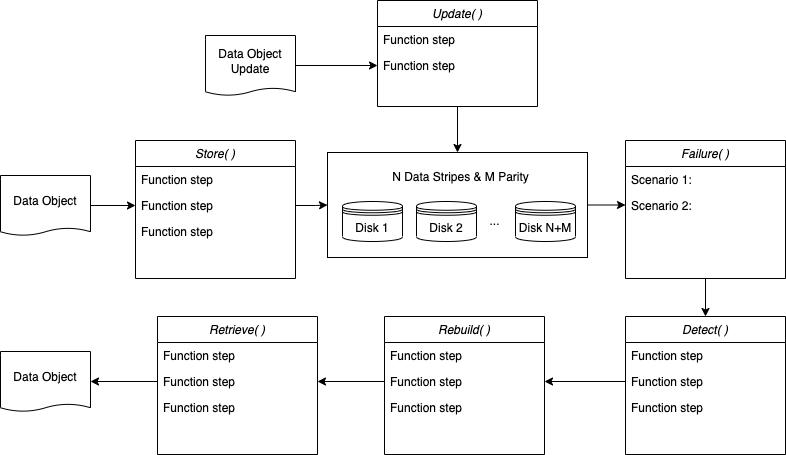
Earlier version of the draw.io export flow.png (siyue-zhang/RAID6-CE7490). Source tidied: cells renumbered, new cells last; positions are measured from the earlier drawing's top-left corner, leaving out a move shared by most shapes.
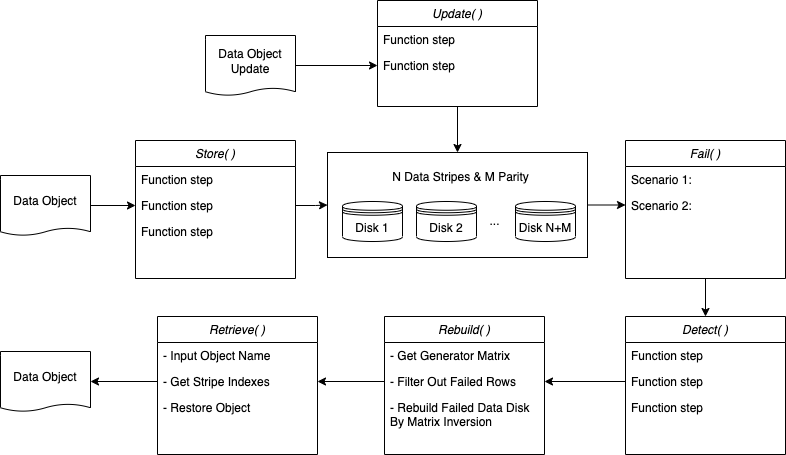
After the commit.

Change to the diagram source:
```diff
@@ -44,7 +44,7 @@
     <mxCell id="15" style="edgeStyle=orthogonalEdgeStyle;rounded=0;jettySize=auto;html=1;exitX=1;exitY=0.5;exitDx=0;exitDy=0;" parent="1" edge="1" source="7" target="3">
       <mxGeometry relative="1" as="geometry" />
     </mxCell>
-    <mxCell id="16" value="Failure( )" style="swimlane;fontStyle=2;align=center;verticalAlign=top;horizontal=1;startSize=26;rounded=0;shadow=0;strokeWidth=1;" parent="1" vertex="1">
+    <mxCell id="16" value="Fail( )" style="swimlane;fontStyle=2;align=center;verticalAlign=top;horizontal=1;startSize=26;rounded=0;shadow=0;strokeWidth=1;" parent="1" vertex="1">
       <mxGeometry x="625" y="140" width="160" height="138" as="geometry" />
     </mxCell>
     <mxCell id="17" value="Scenario 1: " style="text;align=left;verticalAlign=top;spacingLeft=4;spacingRight=4;overflow=hidden;rounded=0;" parent="16" vertex="1">
@@ -56,14 +56,14 @@
     <mxCell id="19" value="Rebuild( )" style="swimlane;fontStyle=2;align=center;verticalAlign=top;horizontal=1;startSize=26;rounded=0;shadow=0;strokeWidth=1;" parent="1" vertex="1">
       <mxGeometry x="384" y="316" width="160" height="138" as="geometry" />
     </mxCell>
-    <mxCell id="20" value="Function step" style="text;align=left;verticalAlign=top;spacingLeft=4;spacingRight=4;overflow=hidden;rounded=0;" parent="19" vertex="1">
+    <mxCell id="20" value="- Get Generator Matrix " style="text;align=left;verticalAlign=top;spacingLeft=4;spacingRight=4;overflow=hidden;rounded=0;" parent="19" vertex="1">
       <mxGeometry y="26" width="160" height="26" as="geometry" />
     </mxCell>
-    <mxCell id="21" value="Function step" style="text;align=left;verticalAlign=top;spacingLeft=4;spacingRight=4;overflow=hidden;points=[[0,0.5],[1,0.5]];portConstraint=eastwest;rounded=0;shadow=0;html=0;" parent="19" vertex="1">
+    <mxCell id="21" value="- Filter Out Failed Rows" style="text;align=left;verticalAlign=top;spacingLeft=4;spacingRight=4;overflow=hidden;points=[[0,0.5],[1,0.5]];portConstraint=eastwest;rounded=0;shadow=0;html=0;" parent="19" vertex="1">
       <mxGeometry y="52" width="160" height="26" as="geometry" />
     </mxCell>
-    <mxCell id="22" value="Function step" style="text;align=left;verticalAlign=top;spacingLeft=4;spacingRight=4;overflow=hidden;rounded=0;shadow=0;html=0;" parent="19" vertex="1">
-      <mxGeometry y="78" width="160" height="26" as="geometry" />
+    <mxCell id="22" value="- Rebuild Failed Data Disk By Matrix Inversion" style="text;align=left;verticalAlign=top;spacingLeft=4;spacingRight=4;overflow=hidden;rounded=0;shadow=0;whiteSpace=wrap;" parent="19" vertex="1">
+      <mxGeometry y="78" width="160" height="42" as="geometry" />
     </mxCell>
     <mxCell id="23" value="Detect( )" style="swimlane;fontStyle=2;align=center;verticalAlign=top;horizontal=1;startSize=26;rounded=0;shadow=0;strokeWidth=1;" parent="1" vertex="1">
       <mxGeometry x="625" y="316" width="160" height="138" as="geometry" />
@@ -86,13 +86,13 @@
     <mxCell id="29" value="Retrieve( )" style="swimlane;fontStyle=2;align=center;verticalAlign=top;horizontal=1;startSize=26;rounded=0;shadow=0;strokeWidth=1;" parent="1" vertex="1">
       <mxGeometry x="157" y="316" width="160" height="138" as="geometry" />
     </mxCell>
-    <mxCell id="30" value="Function step" style="text;align=left;verticalAlign=top;spacingLeft=4;spacingRight=4;overflow=hidden;rounded=0;" parent="29" vertex="1">
+    <mxCell id="30" value="- Input Object Name" style="text;align=left;verticalAlign=top;spacingLeft=4;spacingRight=4;overflow=hidden;rounded=0;" parent="29" vertex="1">
       <mxGeometry y="26" width="160" height="26" as="geometry" />
     </mxCell>
-    <mxCell id="31" value="Function step" style="text;align=left;verticalAlign=top;spacingLeft=4;spacingRight=4;overflow=hidden;points=[[0,0.5],[1,0.5]];portConstraint=eastwest;rounded=0;shadow=0;html=0;" parent="29" vertex="1">
+    <mxCell id="31" value="- Get Stripe Indexes" style="text;align=left;verticalAlign=top;spacingLeft=4;spacingRight=4;overflow=hidden;points=[[0,0.5],[1,0.5]];portConstraint=eastwest;rounded=0;shadow=0;html=0;" parent="29" vertex="1">
       <mxGeometry y="52" width="160" height="26" as="geometry" />
     </mxCell>
-    <mxCell id="32" value="Function step" style="text;align=left;verticalAlign=top;spacingLeft=4;spacingRight=4;overflow=hidden;rounded=0;shadow=0;html=0;" parent="29" vertex="1">
+    <mxCell id="32" value="- Restore Object" style="text;align=left;verticalAlign=top;spacingLeft=4;spacingRight=4;overflow=hidden;rounded=0;shadow=0;html=0;" parent="29" vertex="1">
       <mxGeometry y="78" width="160" height="26" as="geometry" />
     </mxCell>
     <mxCell id="33" style="edgeStyle=orthogonalEdgeStyle;rounded=0;jettySize=auto;html=1;exitX=0;exitY=0.5;exitDx=0;exitDy=0;entryX=1;entryY=0.5;entryDx=0;entryDy=0;" parent="1" edge="1" source="21" target="31">
```
